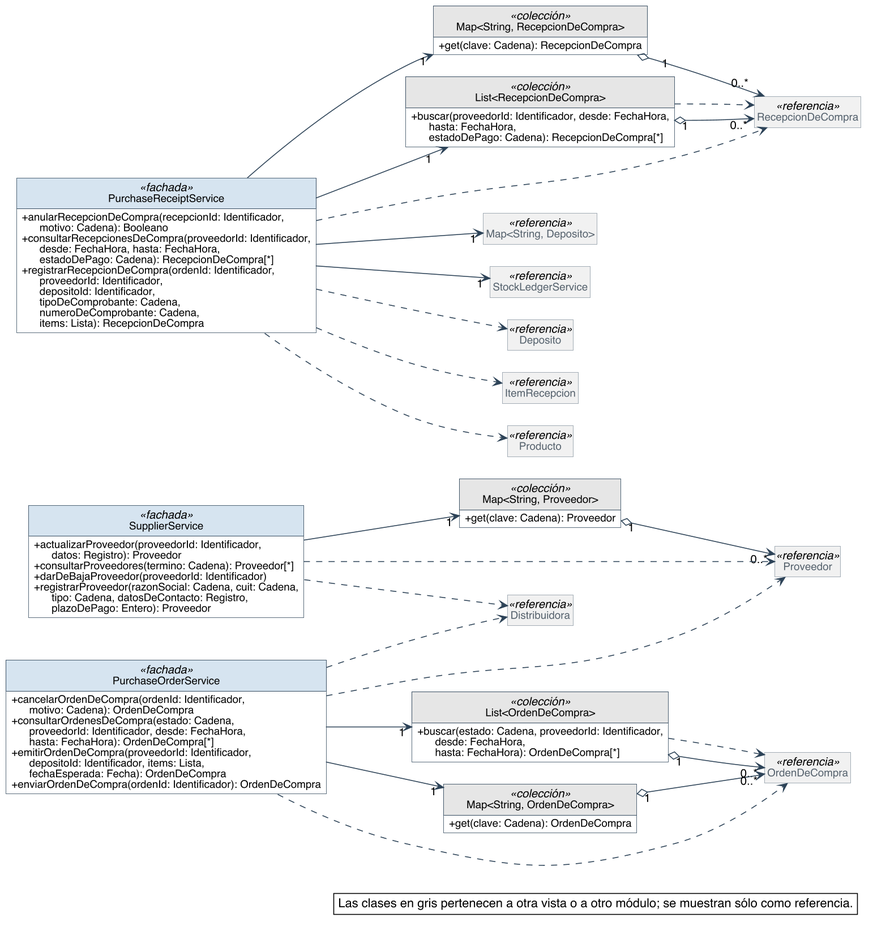
This is diagramas/clases-diseno/DC_Mod_Compras.png from Nahuelito-Dev/splg-docs, a PlantUML export, as it was before one commit.
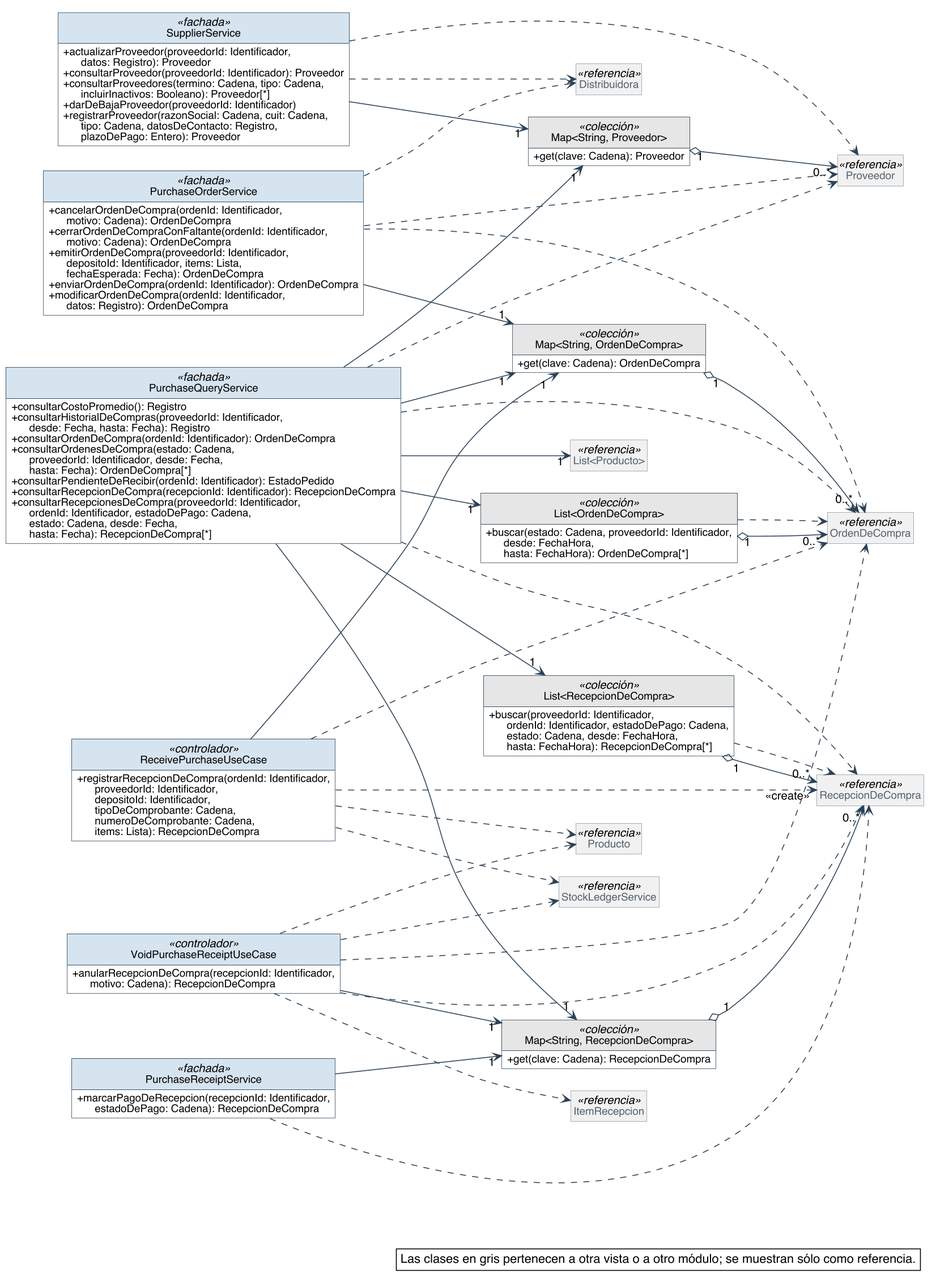
Later version of the same file.

Change to the diagram source:
```diff
@@ -62,69 +62,96 @@
 skinparam ranksep 90
 class SupplierService <<fachada>> {
   + actualizarProveedor(proveedorId: Identificador,\n      datos: Registro): Proveedor
-  + consultarProveedores(termino: Cadena): Proveedor[*]
+  + consultarProveedor(proveedorId: Identificador): Proveedor
+  + consultarProveedores(termino: Cadena, tipo: Cadena,\n      incluirInactivos: Booleano): Proveedor[*]
   + darDeBajaProveedor(proveedorId: Identificador)
   + registrarProveedor(razonSocial: Cadena, cuit: Cadena,\n      tipo: Cadena, datosDeContacto: Registro,\n      plazoDePago: Entero): Proveedor
 }
+class "Map<String, Proveedor>" as Map_String_Proveedor <<colección>> {
+  + get(clave: Cadena): Proveedor
+}
 class PurchaseOrderService <<fachada>> {
   + cancelarOrdenDeCompra(ordenId: Identificador,\n      motivo: Cadena): OrdenDeCompra
-  + consultarOrdenesDeCompra(estado: Cadena,\n      proveedorId: Identificador, desde: FechaHora,\n      hasta: FechaHora): OrdenDeCompra[*]
+  + cerrarOrdenDeCompraConFaltante(ordenId: Identificador,\n      motivo: Cadena): OrdenDeCompra
   + emitirOrdenDeCompra(proveedorId: Identificador,\n      depositoId: Identificador, items: Lista,\n      fechaEsperada: Fecha): OrdenDeCompra
   + enviarOrdenDeCompra(ordenId: Identificador): OrdenDeCompra
+  + modificarOrdenDeCompra(ordenId: Identificador,\n      datos: Registro): OrdenDeCompra
+}
+class "Map<String, OrdenDeCompra>" as Map_String_OrdenDeCompra <<colección>> {
+  + get(clave: Cadena): OrdenDeCompra
+}
+class ReceivePurchaseUseCase <<controlador>> {
+  + registrarRecepcionDeCompra(ordenId: Identificador,\n      proveedorId: Identificador,\n      depositoId: Identificador,\n      tipoDeComprobante: Cadena,\n      numeroDeComprobante: Cadena,\n      items: Lista): RecepcionDeCompra
+}
+class VoidPurchaseReceiptUseCase <<controlador>> {
+  + anularRecepcionDeCompra(recepcionId: Identificador,\n      motivo: Cadena): RecepcionDeCompra
+}
+class "Map<String, RecepcionDeCompra>" as Map_String_RecepcionDeCompra <<colección>> {
+  + get(clave: Cadena): RecepcionDeCompra
+}
+class PurchaseReceiptService <<fachada>> {
+  + marcarPagoDeRecepcion(recepcionId: Identificador,\n      estadoDePago: Cadena): RecepcionDeCompra
+}
+class PurchaseQueryService <<fachada>> {
+  + consultarCostoPromedio(): Registro
+  + consultarHistorialDeCompras(proveedorId: Identificador,\n      desde: Fecha, hasta: Fecha): Registro
+  + consultarOrdenDeCompra(ordenId: Identificador): OrdenDeCompra
+  + consultarOrdenesDeCompra(estado: Cadena,\n      proveedorId: Identificador, desde: Fecha,\n      hasta: Fecha): OrdenDeCompra[*]
+  + consultarPendienteDeRecibir(ordenId: Identificador): EstadoPedido
+  + consultarRecepcionDeCompra(recepcionId: Identificador): RecepcionDeCompra
+  + consultarRecepcionesDeCompra(proveedorId: Identificador,\n      ordenId: Identificador, estadoDePago: Cadena,\n      estado: Cadena, desde: Fecha,\n      hasta: Fecha): RecepcionDeCompra[*]
 }
 class "List<OrdenDeCompra>" as List_OrdenDeCompra <<colección>> {
   + buscar(estado: Cadena, proveedorId: Identificador,\n      desde: FechaHora,\n      hasta: FechaHora): OrdenDeCompra[*]
 }
-class "Map<String, OrdenDeCompra>" as Map_String_OrdenDeCompra <<colección>> {
-  + get(clave: Cadena): OrdenDeCompra
+class "List<RecepcionDeCompra>" as List_RecepcionDeCompra <<colección>> {
+  + buscar(proveedorId: Identificador,\n      ordenId: Identificador, estadoDePago: Cadena,\n      estado: Cadena, desde: FechaHora,\n      hasta: FechaHora): RecepcionDeCompra[*]
 }
-class PurchaseReceiptService <<fachada>> {
-  + anularRecepcionDeCompra(recepcionId: Identificador,\n      motivo: Cadena): Booleano
-  + consultarRecepcionesDeCompra(proveedorId: Identificador,\n      desde: FechaHora, hasta: FechaHora,\n      estadoDePago: Cadena): RecepcionDeCompra[*]
-  + registrarRecepcionDeCompra(ordenId: Identificador,\n      proveedorId: Identificador,\n      depositoId: Identificador,\n      tipoDeComprobante: Cadena,\n      numeroDeComprobante: Cadena,\n      items: Lista): RecepcionDeCompra
-}
-class "Map<String, RecepcionDeCompra>" as Map_String_RecepcionDeCompra <<colección>> {
-  + get(clave: Cadena): RecepcionDeCompra
-}
-class "List<RecepcionDeCompra>" as List_RecepcionDeCompra <<colección>> {
-  + buscar(proveedorId: Identificador, desde: FechaHora,\n      hasta: FechaHora,\n      estadoDePago: Cadena): RecepcionDeCompra[*]
-}
-class "Map<String, Proveedor>" as Map_String_Proveedor <<colección>> {
-  + get(clave: Cadena): Proveedor
-}
+class Proveedor <<referencia>>
 class OrdenDeCompra <<referencia>>
 class RecepcionDeCompra <<referencia>>
-class Proveedor <<referencia>>
-class "Map<String, Deposito>" as Map_String_Deposito <<referencia>>
+class "List<Producto>" as List_Producto <<referencia>>
+class Distribuidora <<referencia>>
+class Producto <<referencia>>
 class StockLedgerService <<referencia>>
-class Distribuidora <<referencia>>
-class Deposito <<referencia>>
 class ItemRecepcion <<referencia>>
-class Producto <<referencia>>
 
-List_OrdenDeCompra "1" o--> "0..*" OrdenDeCompra
+Map_String_Proveedor "1" o--> "0..*" Proveedor
 Map_String_OrdenDeCompra "1" o--> "0..*" OrdenDeCompra
 Map_String_RecepcionDeCompra "1" o--> "0..*" RecepcionDeCompra
+List_OrdenDeCompra "1" o--> "0..*" OrdenDeCompra
 List_RecepcionDeCompra "1" o--> "0..*" RecepcionDeCompra
-Map_String_Proveedor "1" o--> "0..*" Proveedor
-PurchaseOrderService --> "1" List_OrdenDeCompra
 PurchaseOrderService --> "1" Map_String_OrdenDeCompra
-PurchaseReceiptService --> "1" List_RecepcionDeCompra
-PurchaseReceiptService --> "1" Map_String_Deposito
+PurchaseQueryService --> "1" List_OrdenDeCompra
+PurchaseQueryService --> "1" List_Producto
+PurchaseQueryService --> "1" List_RecepcionDeCompra
+PurchaseQueryService --> "1" Map_String_OrdenDeCompra
+PurchaseQueryService --> "1" Map_String_Proveedor
+PurchaseQueryService --> "1" Map_String_RecepcionDeCompra
 PurchaseReceiptService --> "1" Map_String_RecepcionDeCompra
-PurchaseReceiptService --> "1" StockLedgerService
+ReceivePurchaseUseCase --> "1" Map_String_OrdenDeCompra
 SupplierService --> "1" Map_String_Proveedor
+VoidPurchaseReceiptUseCase --> "1" Map_String_RecepcionDeCompra
 List_OrdenDeCompra ..> OrdenDeCompra
 List_RecepcionDeCompra ..> RecepcionDeCompra
 PurchaseOrderService ..> Distribuidora
 PurchaseOrderService ..> OrdenDeCompra
 PurchaseOrderService ..> Proveedor
-PurchaseReceiptService ..> Deposito
-PurchaseReceiptService ..> ItemRecepcion
-PurchaseReceiptService ..> Producto
+PurchaseQueryService ..> OrdenDeCompra
+PurchaseQueryService ..> Proveedor
+PurchaseQueryService ..> RecepcionDeCompra
 PurchaseReceiptService ..> RecepcionDeCompra
+ReceivePurchaseUseCase ..> OrdenDeCompra
+ReceivePurchaseUseCase ..> Producto
+ReceivePurchaseUseCase ..> "<<create>>" RecepcionDeCompra
+ReceivePurchaseUseCase ..> StockLedgerService
 SupplierService ..> Distribuidora
 SupplierService ..> Proveedor
+VoidPurchaseReceiptUseCase ..> ItemRecepcion
+VoidPurchaseReceiptUseCase ..> OrdenDeCompra
+VoidPurchaseReceiptUseCase ..> Producto
+VoidPurchaseReceiptUseCase ..> RecepcionDeCompra
+VoidPurchaseReceiptUseCase ..> StockLedgerService
 
 legend bottom right
   Las clases en gris pertenecen a otra vista o a otro módulo; se muestran sólo como referencia.
```
